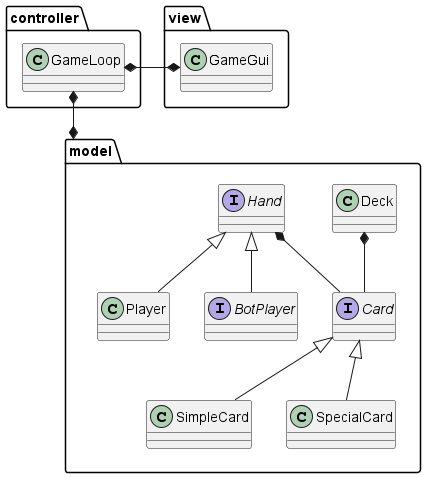
Before: docs/uml/design_high_level.png, a diagram exported from PlantUML (CrazyPingu/PPS-23-Uno).
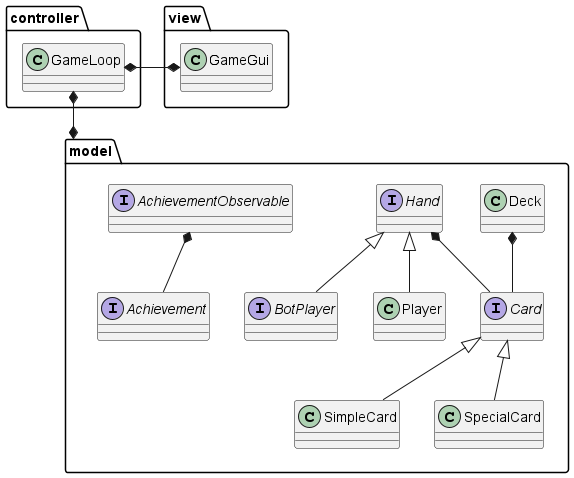
Above is the later version.

Commit message:
Add achievements on architectural design

What changed in the source:
```diff
@@ -1,4 +1,4 @@
-@startuml
+@startuml design_high_level
 
 package model {
     interface Card
@@ -15,6 +15,10 @@
 
     interface BotPlayer extends Hand
 
+    interface Achievement
+
+    interface AchievementObservable
+
 }
 
 package controller {
@@ -27,7 +31,7 @@
 
 model.Deck *-- model.Card
 model.Hand *-- model.Card
-
+model.AchievementObservable *-- model.Achievement
 
 view.GameGui *-left-* controller.GameLoop
 
```
